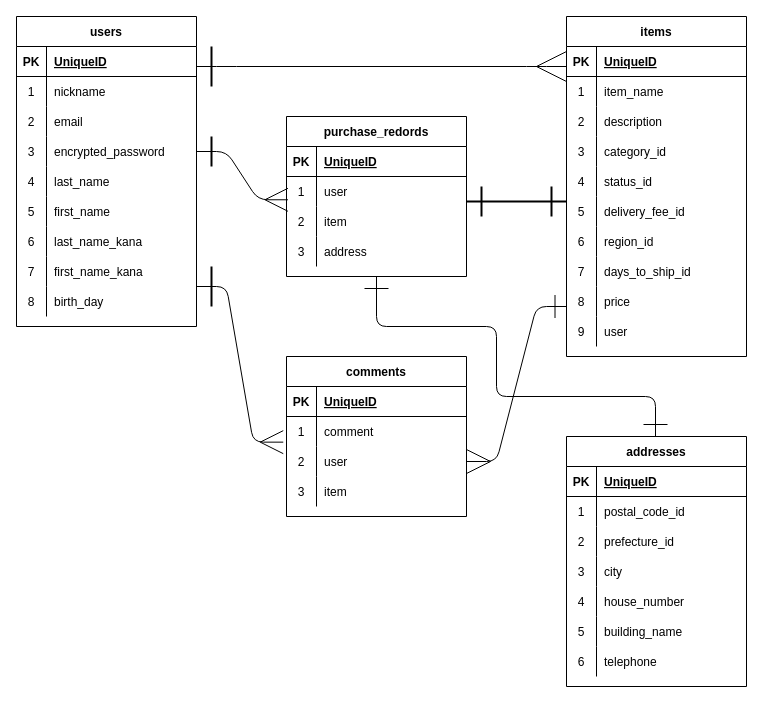
This is furima.dio from nagamori555/furima-36087, a draw.io file, before an edit. Source tidied: cells renumbered, new cells numbered last; positions are measured from the earlier drawing's top-left corner, leaving out a move shared by most shapes. Both pictures are drawn from the tidied source at 100%, with x=0, y=0 at pixel (16, 16).
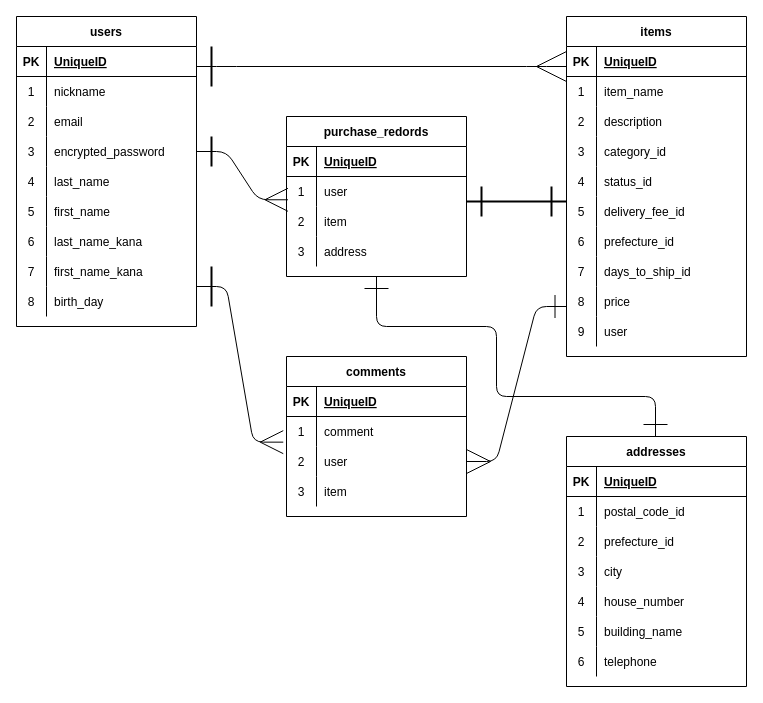
After the change.

Commit message (it also covers changes not shown here):
ReadMe、ER図の修正ー4回目

Unchanged cells that the change refers to:
```xml
<mxCell id="62" style="shape=partialRectangle;fillColor=none;top=0;left=0;bottom=0;right=0;" parent="43" vertex="1">
  <mxGeometry y="210" width="180" height="30" as="geometry" />
</mxCell>
```

Change to the diagram source:
```diff
@@
-    <mxCell id="64" value="region_id" style="shape=partialRectangle;fillColor=none;top=0;left=0;bottom=0;right=0;align=left;spacingLeft=6;overflow=hidden;" parent="62" vertex="1">
+    <mxCell id="64" value="prefecture_id" style="shape=partialRectangle;fillColor=none;top=0;left=0;bottom=0;right=0;align=left;spacingLeft=6;overflow=hidden;" parent="62" vertex="1">
       <mxGeometry x="30" width="150" height="30" as="geometry" />
     </mxCell>
```
